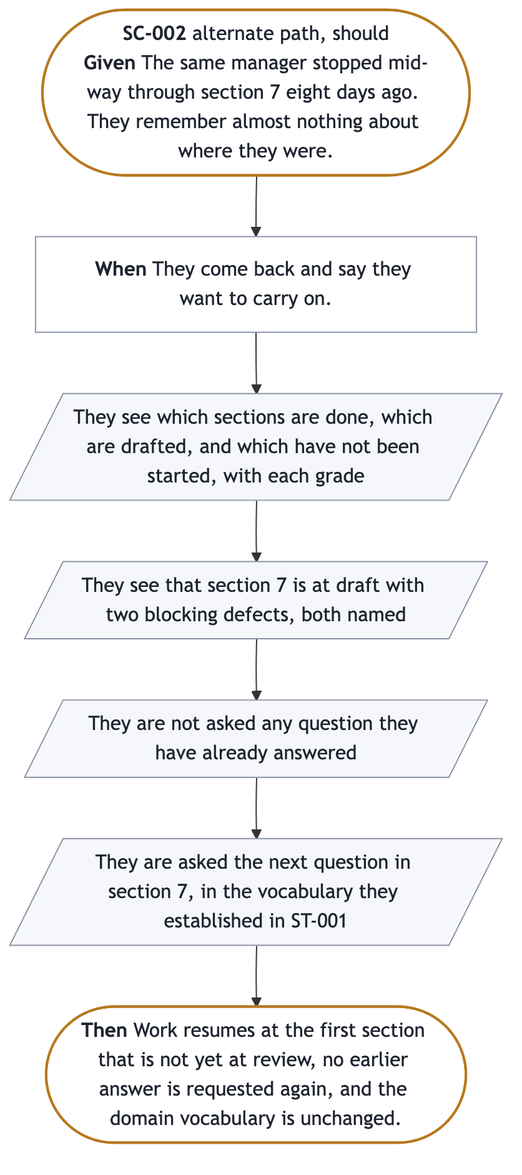
Before: docs/prd/prd-forge/diagrams/SC-002.png, a diagram exported from Mermaid (SpillwaveSolutions/prd-forge). Its source is kept beside it as docs/prd/prd-forge/diagrams/SC-002.mmd.
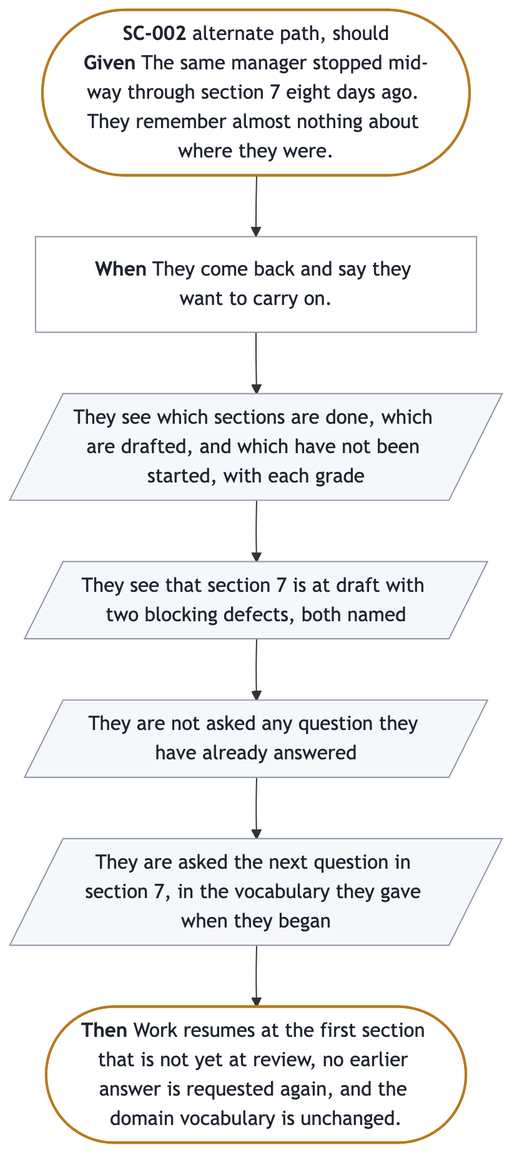
The same file after the commit.

Diff of the diagram source:
```diff
@@ -5,7 +5,7 @@
   s0[/"They see which sections are done, which are drafted, and which have not been started, with each grade"/]
   s1[/"They see that section 7 is at draft with two blocking defects, both named"/]
   s2[/"They are not asked any question they have already answered"/]
-  s3[/"They are asked the next question in section 7, in the vocabulary they established in ST-001"/]
+  s3[/"They are asked the next question in section 7, in the vocabulary they gave when they began"/]
   done(["<b>Then</b> Work resumes at the first section that is not yet at review, no earlier answer is requested again, and the domain vocabulary is unchanged."])
   start --> trigger --> s0 --> s1 --> s2 --> s3 --> done
   classDef ends fill:#FFFFFF,stroke:#B7791F,stroke-width:2px,color:#1F2430
```
